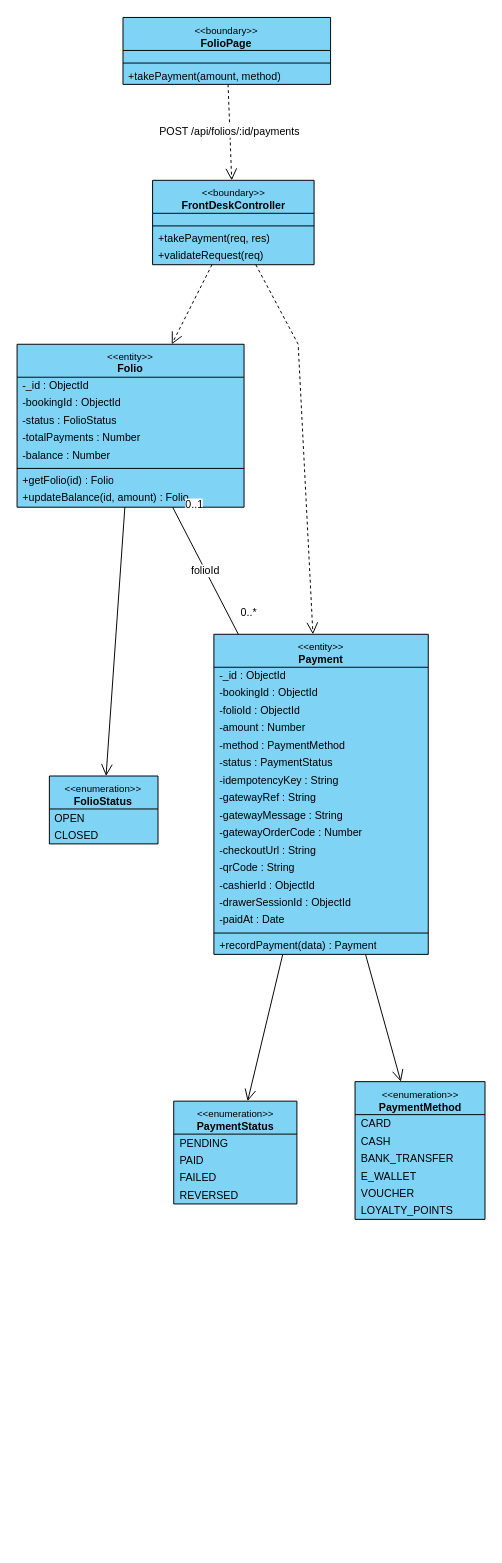
The draw.io diagram final/diagrams/M4_Billing-And-Payment_Diagrams/class_diagrams/CD-14_UC-R15_ProcessPayment.drawio in toikobi401/SWD392, before the edit. Source tidied: cells renumbered, new cells numbered last; positions are measured from the earlier drawing's top-left corner, leaving out a move shared by most shapes. Both pictures are drawn from the tidied source at 97%, with x=0, y=0 at pixel (16, 16).
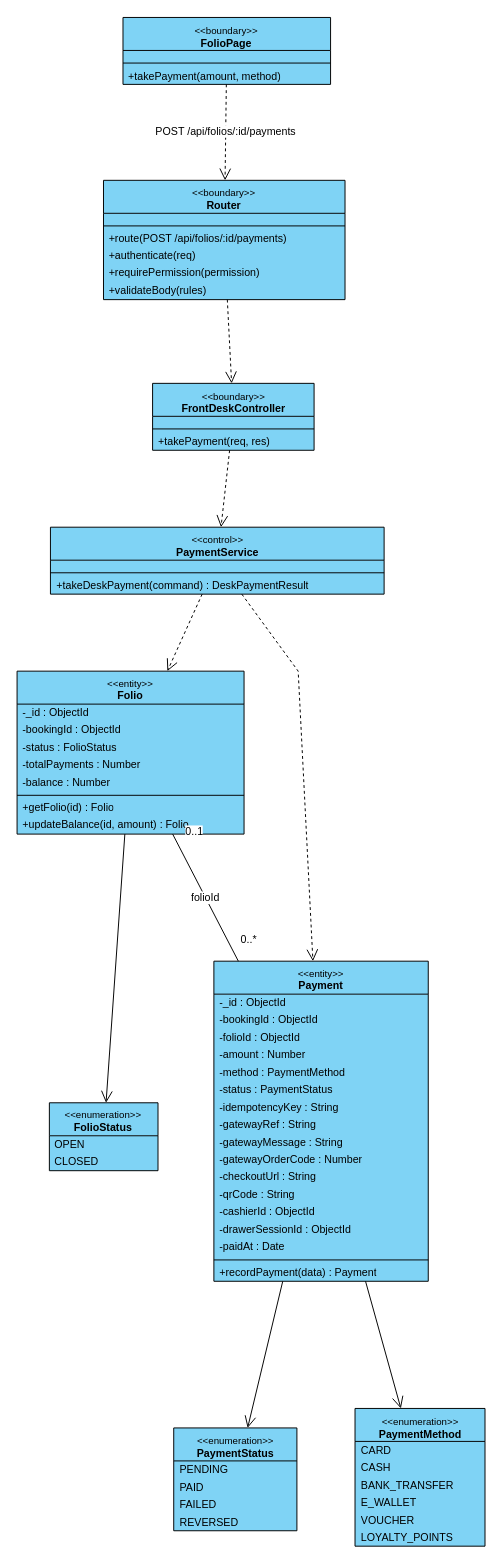
Above is the later version.

The change refers to these unchanged cells:
```xml
<mxCell id="2" value="&lt;font style=&quot;font-size:10px&quot;&gt;&amp;lt;&amp;lt;boundary&amp;gt;&amp;gt;&lt;/font&gt;&lt;br&gt;&lt;b&gt;FolioPage&lt;/b&gt;" style="swimlane;fontStyle=0;align=center;verticalAlign=top;horizontal=1;startSize=34;html=1;whiteSpace=wrap;fontSize=11;fillColor=#7fd3f5;swimlaneFillColor=#7fd3f5;strokeColor=#000000;" parent="1" vertex="1">
  <mxGeometry x="109.3" y="0.5" width="214" height="69" as="geometry" />
</mxCell>
```

Diff of the diagram source:
```diff
@@
+    <mxCell id="62" value="&lt;font style=&quot;font-size:10px&quot;&gt;&amp;lt;&amp;lt;boundary&amp;gt;&amp;gt;&lt;/font&gt;&lt;br&gt;&lt;b&gt;Router&lt;/b&gt;" style="swimlane;fontStyle=0;align=center;verticalAlign=top;horizontal=1;startSize=34;html=1;whiteSpace=wrap;fontSize=11;fillColor=#7fd3f5;swimlaneFillColor=#7fd3f5;strokeColor=#000000;" parent="1" vertex="1">
+      <mxGeometry x="89.2" y="168.4" width="249" height="123" as="geometry" />
+    </mxCell>
+    <mxCell id="63" style="text;strokeColor=none;fillColor=none;html=1;" parent="62" vertex="1">
+      <mxGeometry y="34" width="249" height="9" as="geometry" />
+    </mxCell>
+    <mxCell id="64" style="line;strokeWidth=1;fillColor=none;align=left;verticalAlign=middle;spacingTop=-1;spacingLeft=3;spacingRight=3;labelPosition=right;strokeColor=#000000;" parent="62" vertex="1">
+      <mxGeometry y="43" width="249" height="8" as="geometry" />
+    </mxCell>
+    <mxCell id="65" value="+route(POST /api/folios/:id/payments)" style="text;strokeColor=none;fillColor=none;align=left;verticalAlign=middle;spacingLeft=4;spacingRight=4;overflow=hidden;whiteSpace=nowrap;html=1;fontSize=11;" parent="62" vertex="1">
+      <mxGeometry y="51" width="249" height="18" as="geometry" />
+    </mxCell>
+    <mxCell id="66" value="+authenticate(req)" style="text;strokeColor=none;fillColor=none;align=left;verticalAlign=middle;spacingLeft=4;spacingRight=4;overflow=hidden;whiteSpace=nowrap;html=1;fontSize=11;" parent="62" vertex="1">
+      <mxGeometry y="69" width="249" height="18" as="geometry" />
+    </mxCell>
+    <mxCell id="67" value="+requirePermission(permission)" style="text;strokeColor=none;fillColor=none;align=left;verticalAlign=middle;spacingLeft=4;spacingRight=4;overflow=hidden;whiteSpace=nowrap;html=1;fontSize=11;" parent="62" vertex="1">
+      <mxGeometry y="87" width="249" height="18" as="geometry" />
+    </mxCell>
+    <mxCell id="68" value="+validateBody(rules)" style="text;strokeColor=none;fillColor=none;align=left;verticalAlign=middle;spacingLeft=4;spacingRight=4;overflow=hidden;whiteSpace=nowrap;html=1;fontSize=11;" parent="62" vertex="1">
+      <mxGeometry y="105" width="249" height="18" as="geometry" />
+    </mxCell>
     <mxCell id="6" value="&lt;font style=&quot;font-size:10px&quot;&gt;&amp;lt;&amp;lt;boundary&amp;gt;&amp;gt;&lt;/font&gt;&lt;br&gt;&lt;b&gt;FrontDeskController&lt;/b&gt;" style="swimlane;fontStyle=0;align=center;verticalAlign=top;horizontal=1;startSize=34;html=1;whiteSpace=wrap;fontSize=11;fillColor=#7fd3f5;swimlaneFillColor=#7fd3f5;strokeColor=#000000;" parent="1" vertex="1">
-      <mxGeometry x="139.8" y="168.4" width="166.5" height="87" as="geometry" />
+      <mxGeometry x="139.8" y="377.7" width="166.5" height="69" as="geometry" />
     </mxCell>
@@
-    <mxCell id="10" value="+validateRequest(req)" style="text;strokeColor=none;fillColor=none;align=left;verticalAlign=middle;spacingLeft=4;spacingRight=4;overflow=hidden;whiteSpace=nowrap;html=1;fontSize=11;" parent="6" vertex="1">
-      <mxGeometry y="69" width="166.5" height="18" as="geometry" />
-    </mxCell>
+    <mxCell id="69" value="&lt;font style=&quot;font-size:10px&quot;&gt;&amp;lt;&amp;lt;control&amp;gt;&amp;gt;&lt;/font&gt;&lt;br&gt;&lt;b&gt;PaymentService&lt;/b&gt;" style="swimlane;fontStyle=0;align=center;verticalAlign=top;horizontal=1;startSize=34;html=1;whiteSpace=wrap;fontSize=11;fillColor=#7fd3f5;swimlaneFillColor=#7fd3f5;strokeColor=#000000;" parent="1" vertex="1">
+      <mxGeometry x="34.5" y="526" width="344" height="69" as="geometry" />
+    </mxCell>
+    <mxCell id="70" style="text;strokeColor=none;fillColor=none;html=1;" parent="69" vertex="1">
+      <mxGeometry y="34" width="344" height="9" as="geometry" />
+    </mxCell>
+    <mxCell id="71" style="line;strokeWidth=1;fillColor=none;align=left;verticalAlign=middle;spacingTop=-1;spacingLeft=3;spacingRight=3;labelPosition=right;strokeColor=#000000;" parent="69" vertex="1">
+      <mxGeometry y="43" width="344" height="8" as="geometry" />
+    </mxCell>
+    <mxCell id="72" value="+takeDeskPayment(command) : DeskPaymentResult" style="text;strokeColor=none;fillColor=none;align=left;verticalAlign=middle;spacingLeft=4;spacingRight=4;overflow=hidden;whiteSpace=nowrap;html=1;fontSize=11;" parent="69" vertex="1">
+      <mxGeometry y="51" width="344" height="18" as="geometry" />
+    </mxCell>
     <mxCell id="11" value="&lt;font style=&quot;font-size:10px&quot;&gt;&amp;lt;&amp;lt;entity&amp;gt;&amp;gt;&lt;/font&gt;&lt;br&gt;&lt;b&gt;Folio&lt;/b&gt;" style="swimlane;fontStyle=0;align=center;verticalAlign=top;horizontal=1;startSize=34;html=1;whiteSpace=wrap;fontSize=11;fillColor=#7fd3f5;swimlaneFillColor=#7fd3f5;strokeColor=#000000;" parent="1" vertex="1">
-      <mxGeometry x="0.1" y="337.4" width="234" height="168" as="geometry" />
+      <mxGeometry x="0.1" y="674.4" width="234" height="168" as="geometry" />
     </mxCell>
@@
     <mxCell id="20" value="&lt;font style=&quot;font-size:10px&quot;&gt;&amp;lt;&amp;lt;entity&amp;gt;&amp;gt;&lt;/font&gt;&lt;br&gt;&lt;b&gt;Payment&lt;/b&gt;" style="swimlane;fontStyle=0;align=center;verticalAlign=top;horizontal=1;startSize=34;html=1;whiteSpace=wrap;fontSize=11;fillColor=#7fd3f5;swimlaneFillColor=#7fd3f5;strokeColor=#000000;" parent="1" vertex="1">
-      <mxGeometry x="203" y="636.4" width="221" height="330" as="geometry" />
+      <mxGeometry x="203" y="973.4" width="221" height="330" as="geometry" />
     </mxCell>
@@
     <mxCell id="38" value="&lt;font style=&quot;font-size:10px&quot;&gt;&amp;lt;&amp;lt;enumeration&amp;gt;&amp;gt;&lt;/font&gt;&lt;br&gt;&lt;b&gt;FolioStatus&lt;/b&gt;" style="swimlane;fontStyle=0;align=center;verticalAlign=top;horizontal=1;startSize=34;html=1;whiteSpace=wrap;fontSize=11;fillColor=#7fd3f5;swimlaneFillColor=#7fd3f5;strokeColor=#000000;" parent="1" vertex="1">
-      <mxGeometry x="33.4" y="782.5" width="112" height="70" as="geometry" />
+      <mxGeometry x="33.4" y="1119.4" width="112" height="70" as="geometry" />
     </mxCell>
@@
     <mxCell id="41" value="&lt;font style=&quot;font-size:10px&quot;&gt;&amp;lt;&amp;lt;enumeration&amp;gt;&amp;gt;&lt;/font&gt;&lt;br&gt;&lt;b&gt;PaymentStatus&lt;/b&gt;" style="swimlane;fontStyle=0;align=center;verticalAlign=top;horizontal=1;startSize=34;html=1;whiteSpace=wrap;fontSize=11;fillColor=#7fd3f5;swimlaneFillColor=#7fd3f5;strokeColor=#000000;" parent="1" vertex="1">
-      <mxGeometry x="161.6" y="1117.7" width="127" height="106" as="geometry" />
+      <mxGeometry x="161.6" y="1454.6" width="127" height="106" as="geometry" />
     </mxCell>
@@
     <mxCell id="46" value="&lt;font style=&quot;font-size:10px&quot;&gt;&amp;lt;&amp;lt;enumeration&amp;gt;&amp;gt;&lt;/font&gt;&lt;br&gt;&lt;b&gt;PaymentMethod&lt;/b&gt;" style="swimlane;fontStyle=0;align=center;verticalAlign=top;horizontal=1;startSize=34;html=1;whiteSpace=wrap;fontSize=11;fillColor=#7fd3f5;swimlaneFillColor=#7fd3f5;strokeColor=#000000;" parent="1" vertex="1">
-      <mxGeometry x="348.5" y="1097.6" width="134" height="142" as="geometry" />
+      <mxGeometry x="348.5" y="1434.5" width="134" height="142" as="geometry" />
     </mxCell>
@@
-    <mxCell id="53" value="POST /api/folios/:id/payments" style="html=1;rounded=0;fontSize=11;labelBackgroundColor=#ffffff;dashed=1;endArrow=open;endSize=10;" parent="1" edge="1" source="2" target="6">
+    <mxCell id="53" value="POST /api/folios/:id/payments" style="html=1;rounded=0;fontSize=11;labelBackgroundColor=#ffffff;dashed=1;endArrow=open;endSize=10;" parent="1" edge="1" source="2" target="62">
       <mxGeometry relative="1" as="geometry" />
     </mxCell>
-    <mxCell id="54" style="html=1;rounded=0;fontSize=11;labelBackgroundColor=#ffffff;dashed=1;endArrow=open;endSize=10;" parent="1" edge="1" source="6" target="11">
+    <mxCell id="54" style="html=1;rounded=0;fontSize=11;labelBackgroundColor=#ffffff;dashed=1;endArrow=open;endSize=10;" parent="1" edge="1" source="62" target="6">
       <mxGeometry relative="1" as="geometry" />
     </mxCell>
-    <mxCell id="55" style="html=1;rounded=0;fontSize=11;labelBackgroundColor=#ffffff;dashed=1;endArrow=open;endSize=10;" parent="1" edge="1" source="6" target="20">
-      <mxGeometry relative="1" as="geometry">
-        <Array as="points">
-          <mxPoint x="289.9" y="337.4" />
-        </Array>
-      </mxGeometry>
+    <mxCell id="55" style="html=1;rounded=0;fontSize=11;labelBackgroundColor=#ffffff;dashed=1;endArrow=open;endSize=10;" parent="1" edge="1" source="6" target="69">
+      <mxGeometry relative="1" as="geometry" />
     </mxCell>
-    <mxCell id="56" value="folioId" style="html=1;rounded=0;fontSize=11;labelBackgroundColor=#ffffff;endArrow=none;" parent="1" edge="1" source="11" target="20">
+    <mxCell id="56" style="html=1;rounded=0;fontSize=11;labelBackgroundColor=#ffffff;dashed=1;endArrow=open;endSize=10;" parent="1" edge="1" source="69" target="11">
       <mxGeometry relative="1" as="geometry" />
     </mxCell>
+    <mxCell id="59" style="html=1;rounded=0;fontSize=11;labelBackgroundColor=#ffffff;dashed=1;endArrow=open;endSize=10;" parent="1" edge="1" source="69" target="20">
+      <mxGeometry relative="1" as="geometry">
+        <Array as="points">
+          <mxPoint x="289.9" y="674.4" />
+        </Array>
+      </mxGeometry>
+    </mxCell>
+    <mxCell id="60" value="folioId" style="html=1;rounded=0;fontSize=11;labelBackgroundColor=#ffffff;endArrow=none;" parent="1" edge="1" source="11" target="20">
+      <mxGeometry relative="1" as="geometry" />
+    </mxCell>
-    <mxCell id="57" value="0..1" style="edgeLabel;html=1;align=left;verticalAlign=bottom;fontSize=11;" parent="56" vertex="1">
+    <mxCell id="57" value="0..1" style="edgeLabel;html=1;align=left;verticalAlign=bottom;fontSize=11;" parent="60" vertex="1">
       <mxGeometry x="-0.85" relative="1" as="geometry">
         <mxPoint x="6" y="-4" as="offset" />
       </mxGeometry>
     </mxCell>
-    <mxCell id="58" value="0..*" style="edgeLabel;html=1;align=left;verticalAlign=bottom;fontSize=11;" parent="56" vertex="1">
+    <mxCell id="58" value="0..*" style="edgeLabel;html=1;align=left;verticalAlign=bottom;fontSize=11;" parent="60" vertex="1">
       <mxGeometry x="0.85" relative="1" as="geometry">
         <mxPoint x="6" y="-4" as="offset" />
       </mxGeometry>
     </mxCell>
-    <mxCell id="59" style="html=1;rounded=0;fontSize=11;labelBackgroundColor=#ffffff;endArrow=open;endSize=10;" parent="1" edge="1" source="11" target="38">
-      <mxGeometry relative="1" as="geometry" />
-    </mxCell>
-    <mxCell id="60" style="html=1;rounded=0;fontSize=11;labelBackgroundColor=#ffffff;endArrow=open;endSize=10;" parent="1" edge="1" source="20" target="41">
-      <mxGeometry relative="1" as="geometry" />
-    </mxCell>
-    <mxCell id="61" style="html=1;rounded=0;fontSize=11;labelBackgroundColor=#ffffff;endArrow=open;endSize=10;" parent="1" edge="1" source="20" target="46">
+    <mxCell id="61" style="html=1;rounded=0;fontSize=11;labelBackgroundColor=#ffffff;endArrow=open;endSize=10;" parent="1" edge="1" source="11" target="38">
       <mxGeometry relative="1" as="geometry" />
     </mxCell>
+    <mxCell id="73" style="html=1;rounded=0;fontSize=11;labelBackgroundColor=#ffffff;endArrow=open;endSize=10;" parent="1" edge="1" source="20" target="41">
+      <mxGeometry relative="1" as="geometry" />
+    </mxCell>
+    <mxCell id="74" style="html=1;rounded=0;fontSize=11;labelBackgroundColor=#ffffff;endArrow=open;endSize=10;" parent="1" edge="1" source="20" target="46">
+      <mxGeometry relative="1" as="geometry" />
+    </mxCell>
```
